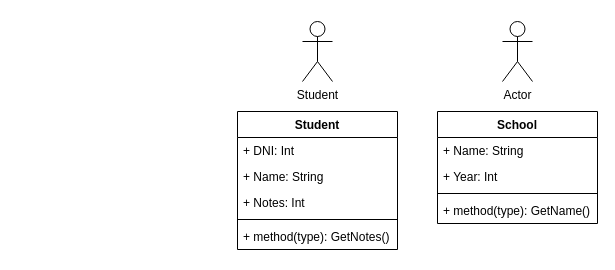
Earlier version of the draw.io diagram Diagram.drawio (DiazMan27/LeandroDiazDS). Source tidied: cells renumbered, new cells numbered last; positions are measured from the earlier drawing's top-left corner, leaving out a move shared by most shapes. Both pictures are drawn from the tidied source at 100%, with x=0, y=0 at pixel (237, 21).
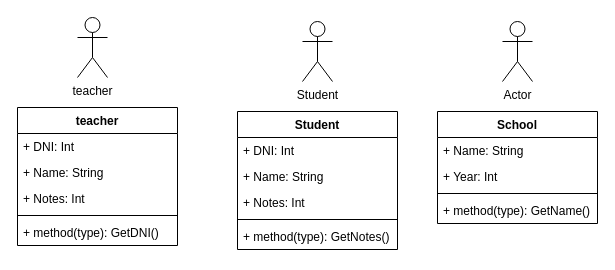
Above is the later version.

The edit, as a diff of the source:
```diff
@@
+    <mxCell id="15" value="teacher" style="swimlane;fontStyle=1;align=center;verticalAlign=top;horizontal=1;startSize=26;" parent="1" vertex="1">
+      <mxGeometry x="-220" y="86" width="160" height="138" as="geometry" />
+    </mxCell>
+    <mxCell id="16" value="+ DNI: Int" style="text;strokeColor=none;fillColor=none;align=left;verticalAlign=top;spacingLeft=4;spacingRight=4;overflow=hidden;" parent="15" vertex="1">
+      <mxGeometry y="26" width="160" height="26" as="geometry" />
+    </mxCell>
+    <mxCell id="17" value="+ Name: String" style="text;strokeColor=none;fillColor=none;align=left;verticalAlign=top;spacingLeft=4;spacingRight=4;overflow=hidden;" parent="15" vertex="1">
+      <mxGeometry y="52" width="160" height="26" as="geometry" />
+    </mxCell>
+    <mxCell id="18" value="+ Notes: Int" style="text;strokeColor=none;fillColor=none;align=left;verticalAlign=top;spacingLeft=4;spacingRight=4;overflow=hidden;" parent="15" vertex="1">
+      <mxGeometry y="78" width="160" height="26" as="geometry" />
+    </mxCell>
+    <mxCell id="19" style="line;strokeWidth=1;fillColor=none;align=left;verticalAlign=middle;spacingTop=-1;spacingLeft=3;spacingRight=3;labelPosition=right;strokeColor=inherit;" parent="15" vertex="1">
+      <mxGeometry y="104" width="160" height="8" as="geometry" />
+    </mxCell>
+    <mxCell id="20" value="+ method(type): GetDNI()" style="text;strokeColor=none;fillColor=none;align=left;verticalAlign=top;spacingLeft=4;spacingRight=4;overflow=hidden;" parent="15" vertex="1">
+      <mxGeometry y="112" width="160" height="26" as="geometry" />
+    </mxCell>
+    <mxCell id="21" value="teacher" style="shape=umlActor;verticalLabelPosition=bottom;verticalAlign=top;html=1;" parent="1" vertex="1">
+      <mxGeometry x="-160" y="-4" width="30" height="60" as="geometry" />
+    </mxCell>
```
